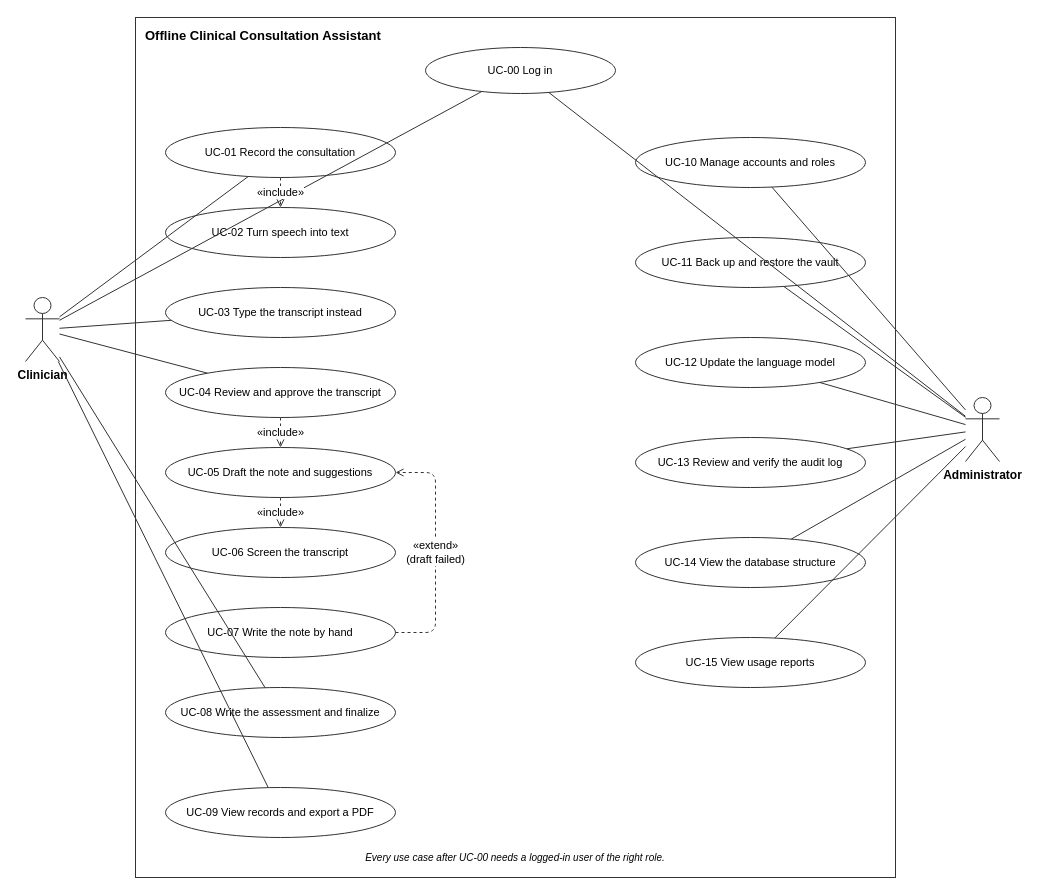
kinuthia-mark/Offline-Desktop-Based-Medical-Professional-Clinical-Consultation-Assistant- keeps this draw.io diagram as docs/design/fig-4-1-use-cases.drawio. Above is the earlier version. Source tidied: cells renumbered, new cells numbered last; positions are measured from the earlier drawing's top-left corner, leaving out a move shared by most shapes. Both pictures are drawn from the tidied source at 100%, with x=0, y=0 at pixel (25, 17).
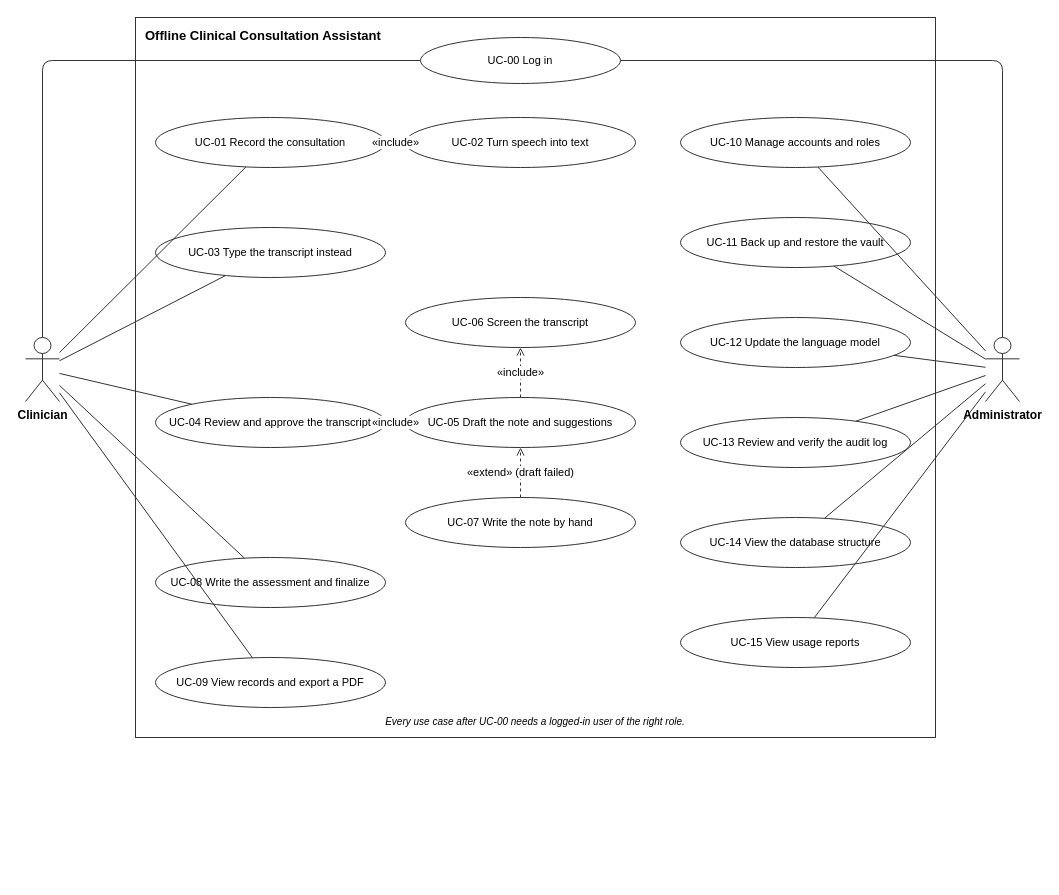
After the change.

What changed in the source:
```diff
@@
     <mxCell id="2" value="Offline Clinical Consultation Assistant" style="rounded=0;whiteSpace=wrap;html=1;fillColor=none;strokeColor=#333333;verticalAlign=top;align=left;spacingLeft=8;spacingTop=4;fontFamily=Helvetica;fontSize=13;fontStyle=1;" parent="1" vertex="1">
-      <mxGeometry x="110" width="760" height="860" as="geometry" />
+      <mxGeometry x="110" width="800" height="720" as="geometry" />
     </mxCell>
     <mxCell id="3" value="Clinician" style="shape=umlActor;verticalLabelPosition=bottom;verticalAlign=top;html=1;outlineConnect=0;fillColor=#ffffff;strokeColor=#333333;fontFamily=Helvetica;fontSize=12;fontStyle=1;" parent="1" vertex="1">
-      <mxGeometry y="280" width="34" height="64" as="geometry" />
+      <mxGeometry y="320" width="34" height="64" as="geometry" />
     </mxCell>
     <mxCell id="4" value="Administrator" style="shape=umlActor;verticalLabelPosition=bottom;verticalAlign=top;html=1;outlineConnect=0;fillColor=#ffffff;strokeColor=#333333;fontFamily=Helvetica;fontSize=12;fontStyle=1;" parent="1" vertex="1">
-      <mxGeometry x="940" y="380" width="34" height="64" as="geometry" />
+      <mxGeometry x="960" y="320" width="34" height="64" as="geometry" />
     </mxCell>
     <mxCell id="5" value="UC-00 Log in" style="ellipse;whiteSpace=wrap;html=1;fillColor=#ffffff;strokeColor=#333333;fontFamily=Helvetica;fontSize=11;" parent="1" vertex="1">
-      <mxGeometry x="400" y="30" width="190" height="46" as="geometry" />
+      <mxGeometry x="395" y="20" width="200" height="46" as="geometry" />
     </mxCell>
     <mxCell id="6" value="UC-01 Record the consultation" style="ellipse;whiteSpace=wrap;html=1;fillColor=#ffffff;strokeColor=#333333;fontFamily=Helvetica;fontSize=11;" parent="1" vertex="1">
-      <mxGeometry x="140" y="110" width="230" height="50" as="geometry" />
+      <mxGeometry x="130" y="100" width="230" height="50" as="geometry" />
     </mxCell>
-    <mxCell id="7" value="UC-02 Turn speech into text" style="ellipse;whiteSpace=wrap;html=1;fillColor=#ffffff;strokeColor=#333333;fontFamily=Helvetica;fontSize=11;" parent="1" vertex="1">
-      <mxGeometry x="140" y="190" width="230" height="50" as="geometry" />
+    <mxCell id="7" value="UC-03 Type the transcript instead" style="ellipse;whiteSpace=wrap;html=1;fillColor=#ffffff;strokeColor=#333333;fontFamily=Helvetica;fontSize=11;" parent="1" vertex="1">
+      <mxGeometry x="130" y="210" width="230" height="50" as="geometry" />
     </mxCell>
-    <mxCell id="8" value="UC-03 Type the transcript instead" style="ellipse;whiteSpace=wrap;html=1;fillColor=#ffffff;strokeColor=#333333;fontFamily=Helvetica;fontSize=11;" parent="1" vertex="1">
-      <mxGeometry x="140" y="270" width="230" height="50" as="geometry" />
+    <mxCell id="8" value="UC-04 Review and approve the transcript" style="ellipse;whiteSpace=wrap;html=1;fillColor=#ffffff;strokeColor=#333333;fontFamily=Helvetica;fontSize=11;" parent="1" vertex="1">
+      <mxGeometry x="130" y="380" width="230" height="50" as="geometry" />
     </mxCell>
-    <mxCell id="9" value="UC-04 Review and approve the transcript" style="ellipse;whiteSpace=wrap;html=1;fillColor=#ffffff;strokeColor=#333333;fontFamily=Helvetica;fontSize=11;" parent="1" vertex="1">
-      <mxGeometry x="140" y="350" width="230" height="50" as="geometry" />
+    <mxCell id="9" value="UC-08 Write the assessment and finalize" style="ellipse;whiteSpace=wrap;html=1;fillColor=#ffffff;strokeColor=#333333;fontFamily=Helvetica;fontSize=11;" parent="1" vertex="1">
+      <mxGeometry x="130" y="540" width="230" height="50" as="geometry" />
     </mxCell>
-    <mxCell id="10" value="UC-05 Draft the note and suggestions" style="ellipse;whiteSpace=wrap;html=1;fillColor=#ffffff;strokeColor=#333333;fontFamily=Helvetica;fontSize=11;" parent="1" vertex="1">
-      <mxGeometry x="140" y="430" width="230" height="50" as="geometry" />
+    <mxCell id="10" value="UC-09 View records and export a PDF" style="ellipse;whiteSpace=wrap;html=1;fillColor=#ffffff;strokeColor=#333333;fontFamily=Helvetica;fontSize=11;" parent="1" vertex="1">
+      <mxGeometry x="130" y="640" width="230" height="50" as="geometry" />
     </mxCell>
-    <mxCell id="11" value="UC-06 Screen the transcript" style="ellipse;whiteSpace=wrap;html=1;fillColor=#ffffff;strokeColor=#333333;fontFamily=Helvetica;fontSize=11;" parent="1" vertex="1">
-      <mxGeometry x="140" y="510" width="230" height="50" as="geometry" />
+    <mxCell id="11" value="UC-02 Turn speech into text" style="ellipse;whiteSpace=wrap;html=1;fillColor=#ffffff;strokeColor=#333333;fontFamily=Helvetica;fontSize=11;" parent="1" vertex="1">
+      <mxGeometry x="380" y="100" width="230" height="50" as="geometry" />
     </mxCell>
-    <mxCell id="12" value="UC-07 Write the note by hand" style="ellipse;whiteSpace=wrap;html=1;fillColor=#ffffff;strokeColor=#333333;fontFamily=Helvetica;fontSize=11;" parent="1" vertex="1">
-      <mxGeometry x="140" y="590" width="230" height="50" as="geometry" />
+    <mxCell id="12" value="UC-06 Screen the transcript" style="ellipse;whiteSpace=wrap;html=1;fillColor=#ffffff;strokeColor=#333333;fontFamily=Helvetica;fontSize=11;" parent="1" vertex="1">
+      <mxGeometry x="380" y="280" width="230" height="50" as="geometry" />
     </mxCell>
-    <mxCell id="13" value="UC-08 Write the assessment and finalize" style="ellipse;whiteSpace=wrap;html=1;fillColor=#ffffff;strokeColor=#333333;fontFamily=Helvetica;fontSize=11;" parent="1" vertex="1">
-      <mxGeometry x="140" y="670" width="230" height="50" as="geometry" />
+    <mxCell id="13" value="UC-05 Draft the note and suggestions" style="ellipse;whiteSpace=wrap;html=1;fillColor=#ffffff;strokeColor=#333333;fontFamily=Helvetica;fontSize=11;" parent="1" vertex="1">
+      <mxGeometry x="380" y="380" width="230" height="50" as="geometry" />
     </mxCell>
-    <mxCell id="14" value="UC-09 View records and export a PDF" style="ellipse;whiteSpace=wrap;html=1;fillColor=#ffffff;strokeColor=#333333;fontFamily=Helvetica;fontSize=11;" parent="1" vertex="1">
-      <mxGeometry x="140" y="770" width="230" height="50" as="geometry" />
+    <mxCell id="14" value="UC-07 Write the note by hand" style="ellipse;whiteSpace=wrap;html=1;fillColor=#ffffff;strokeColor=#333333;fontFamily=Helvetica;fontSize=11;" parent="1" vertex="1">
+      <mxGeometry x="380" y="480" width="230" height="50" as="geometry" />
     </mxCell>
     <mxCell id="15" value="UC-10 Manage accounts and roles" style="ellipse;whiteSpace=wrap;html=1;fillColor=#ffffff;strokeColor=#333333;fontFamily=Helvetica;fontSize=11;" parent="1" vertex="1">
-      <mxGeometry x="610" y="120" width="230" height="50" as="geometry" />
+      <mxGeometry x="655" y="100" width="230" height="50" as="geometry" />
     </mxCell>
     <mxCell id="16" value="UC-11 Back up and restore the vault" style="ellipse;whiteSpace=wrap;html=1;fillColor=#ffffff;strokeColor=#333333;fontFamily=Helvetica;fontSize=11;" parent="1" vertex="1">
-      <mxGeometry x="610" y="220" width="230" height="50" as="geometry" />
+      <mxGeometry x="655" y="200" width="230" height="50" as="geometry" />
     </mxCell>
     <mxCell id="17" value="UC-12 Update the language model" style="ellipse;whiteSpace=wrap;html=1;fillColor=#ffffff;strokeColor=#333333;fontFamily=Helvetica;fontSize=11;" parent="1" vertex="1">
-      <mxGeometry x="610" y="320" width="230" height="50" as="geometry" />
+      <mxGeometry x="655" y="300" width="230" height="50" as="geometry" />
     </mxCell>
     <mxCell id="18" value="UC-13 Review and verify the audit log" style="ellipse;whiteSpace=wrap;html=1;fillColor=#ffffff;strokeColor=#333333;fontFamily=Helvetica;fontSize=11;" parent="1" vertex="1">
-      <mxGeometry x="610" y="420" width="230" height="50" as="geometry" />
+      <mxGeometry x="655" y="400" width="230" height="50" as="geometry" />
     </mxCell>
     <mxCell id="19" value="UC-14 View the database structure" style="ellipse;whiteSpace=wrap;html=1;fillColor=#ffffff;strokeColor=#333333;fontFamily=Helvetica;fontSize=11;" parent="1" vertex="1">
-      <mxGeometry x="610" y="520" width="230" height="50" as="geometry" />
+      <mxGeometry x="655" y="500" width="230" height="50" as="geometry" />
     </mxCell>
     <mxCell id="20" value="UC-15 View usage reports" style="ellipse;whiteSpace=wrap;html=1;fillColor=#ffffff;strokeColor=#333333;fontFamily=Helvetica;fontSize=11;" parent="1" vertex="1">
-      <mxGeometry x="610" y="620" width="230" height="50" as="geometry" />
+      <mxGeometry x="655" y="600" width="230" height="50" as="geometry" />
     </mxCell>
@@
-    <mxCell id="22" style="html=1;strokeColor=#333333;fontFamily=Helvetica;fontSize=11;endArrow=none;endFill=1;startArrow=none;startFill=1;labelBackgroundColor=#ffffff;" parent="1" edge="1" source="3" target="8">
+    <mxCell id="22" style="html=1;strokeColor=#333333;fontFamily=Helvetica;fontSize=11;endArrow=none;endFill=1;startArrow=none;startFill=1;labelBackgroundColor=#ffffff;" parent="1" edge="1" source="3" target="7">
       <mxGeometry relative="1" as="geometry" />
     </mxCell>
-    <mxCell id="23" style="html=1;strokeColor=#333333;fontFamily=Helvetica;fontSize=11;endArrow=none;endFill=1;startArrow=none;startFill=1;labelBackgroundColor=#ffffff;" parent="1" edge="1" source="3" target="9">
+    <mxCell id="23" style="html=1;strokeColor=#333333;fontFamily=Helvetica;fontSize=11;endArrow=none;endFill=1;startArrow=none;startFill=1;labelBackgroundColor=#ffffff;" parent="1" edge="1" source="3" target="8">
       <mxGeometry relative="1" as="geometry" />
     </mxCell>
-    <mxCell id="24" style="html=1;strokeColor=#333333;fontFamily=Helvetica;fontSize=11;endArrow=none;endFill=1;startArrow=none;startFill=1;labelBackgroundColor=#ffffff;" parent="1" edge="1" source="3" target="13">
+    <mxCell id="24" style="html=1;strokeColor=#333333;fontFamily=Helvetica;fontSize=11;endArrow=none;endFill=1;startArrow=none;startFill=1;labelBackgroundColor=#ffffff;" parent="1" edge="1" source="3" target="9">
       <mxGeometry relative="1" as="geometry" />
     </mxCell>
-    <mxCell id="25" style="html=1;strokeColor=#333333;fontFamily=Helvetica;fontSize=11;endArrow=none;endFill=1;startArrow=none;startFill=1;labelBackgroundColor=#ffffff;" parent="1" edge="1" source="3" target="14">
+    <mxCell id="25" style="html=1;strokeColor=#333333;fontFamily=Helvetica;fontSize=11;endArrow=none;endFill=1;startArrow=none;startFill=1;labelBackgroundColor=#ffffff;" parent="1" edge="1" source="3" target="10">
       <mxGeometry relative="1" as="geometry" />
     </mxCell>
@@
-    <mxCell id="32" style="html=1;strokeColor=#333333;fontFamily=Helvetica;fontSize=11;endArrow=none;endFill=1;startArrow=none;startFill=1;labelBackgroundColor=#ffffff;" parent="1" edge="1" source="3" target="5">
-      <mxGeometry relative="1" as="geometry" />
+    <mxCell id="32" style="html=1;strokeColor=#333333;fontFamily=Helvetica;fontSize=11;endArrow=none;endFill=1;startArrow=none;startFill=1;labelBackgroundColor=#ffffff;exitX=0.5;exitY=0;exitDx=0;exitDy=0;entryX=0;entryY=0.5;entryDx=0;entryDy=0;" parent="1" edge="1" source="3" target="5">
+      <mxGeometry relative="1" as="geometry">
+        <Array as="points">
+          <mxPoint x="17" y="43" />
+        </Array>
+      </mxGeometry>
     </mxCell>
-    <mxCell id="33" style="html=1;strokeColor=#333333;fontFamily=Helvetica;fontSize=11;endArrow=none;endFill=1;startArrow=none;startFill=1;labelBackgroundColor=#ffffff;" parent="1" edge="1" source="4" target="5">
-      <mxGeometry relative="1" as="geometry" />
+    <mxCell id="33" style="html=1;strokeColor=#333333;fontFamily=Helvetica;fontSize=11;endArrow=none;endFill=1;startArrow=none;startFill=1;labelBackgroundColor=#ffffff;exitX=0.5;exitY=0;exitDx=0;exitDy=0;entryX=1;entryY=0.5;entryDx=0;entryDy=0;" parent="1" edge="1" source="4" target="5">
+      <mxGeometry relative="1" as="geometry">
+        <Array as="points">
+          <mxPoint x="977" y="43" />
+        </Array>
+      </mxGeometry>
     </mxCell>
-    <mxCell id="34" value="«include»" style="html=1;strokeColor=#333333;fontFamily=Helvetica;fontSize=11;endArrow=open;endFill=0;startArrow=none;startFill=1;dashed=1;labelBackgroundColor=#ffffff;" parent="1" edge="1" source="6" target="7">
+    <mxCell id="34" value="«include»" style="html=1;strokeColor=#333333;fontFamily=Helvetica;fontSize=11;endArrow=open;endFill=0;startArrow=none;startFill=1;dashed=1;labelBackgroundColor=#ffffff;" parent="1" edge="1" source="6" target="11">
       <mxGeometry relative="1" as="geometry" />
     </mxCell>
-    <mxCell id="35" value="«include»" style="html=1;strokeColor=#333333;fontFamily=Helvetica;fontSize=11;endArrow=open;endFill=0;startArrow=none;startFill=1;dashed=1;labelBackgroundColor=#ffffff;" parent="1" edge="1" source="9" target="10">
+    <mxCell id="35" value="«include»" style="html=1;strokeColor=#333333;fontFamily=Helvetica;fontSize=11;endArrow=open;endFill=0;startArrow=none;startFill=1;dashed=1;labelBackgroundColor=#ffffff;" parent="1" edge="1" source="8" target="13">
       <mxGeometry relative="1" as="geometry" />
     </mxCell>
-    <mxCell id="36" value="«include»" style="html=1;strokeColor=#333333;fontFamily=Helvetica;fontSize=11;endArrow=open;endFill=0;startArrow=none;startFill=1;dashed=1;labelBackgroundColor=#ffffff;" parent="1" edge="1" source="10" target="11">
+    <mxCell id="36" value="«include»" style="html=1;strokeColor=#333333;fontFamily=Helvetica;fontSize=11;endArrow=open;endFill=0;startArrow=none;startFill=1;dashed=1;labelBackgroundColor=#ffffff;" parent="1" edge="1" source="13" target="12">
       <mxGeometry relative="1" as="geometry" />
     </mxCell>
-    <mxCell id="37" value="«extend»&#10;(draft failed)" style="html=1;strokeColor=#333333;fontFamily=Helvetica;fontSize=11;endArrow=open;endFill=0;startArrow=none;startFill=1;dashed=1;labelBackgroundColor=#ffffff;exitX=1;exitY=0.5;exitDx=0;exitDy=0;entryX=1;entryY=0.5;entryDx=0;entryDy=0;" parent="1" edge="1" source="12" target="10">
-      <mxGeometry relative="1" as="geometry">
-        <Array as="points">
-          <mxPoint x="410" y="615" />
-          <mxPoint x="410" y="455" />
-        </Array>
-      </mxGeometry>
+    <mxCell id="37" value="«extend» (draft failed)" style="html=1;strokeColor=#333333;fontFamily=Helvetica;fontSize=11;endArrow=open;endFill=0;startArrow=none;startFill=1;dashed=1;labelBackgroundColor=#ffffff;" parent="1" edge="1" source="14" target="13">
+      <mxGeometry relative="1" as="geometry" />
     </mxCell>
     <mxCell id="38" value="Every use case after UC-00 needs a logged-in user of the right role." style="text;html=1;whiteSpace=wrap;fontFamily=Helvetica;fontSize=10;align=center;verticalAlign=middle;fontColor=#000000;fontStyle=2;" parent="1" vertex="1">
-      <mxGeometry x="120" y="828" width="740" height="24" as="geometry" />
+      <mxGeometry x="120" y="692" width="780" height="24" as="geometry" />
     </mxCell>
```
